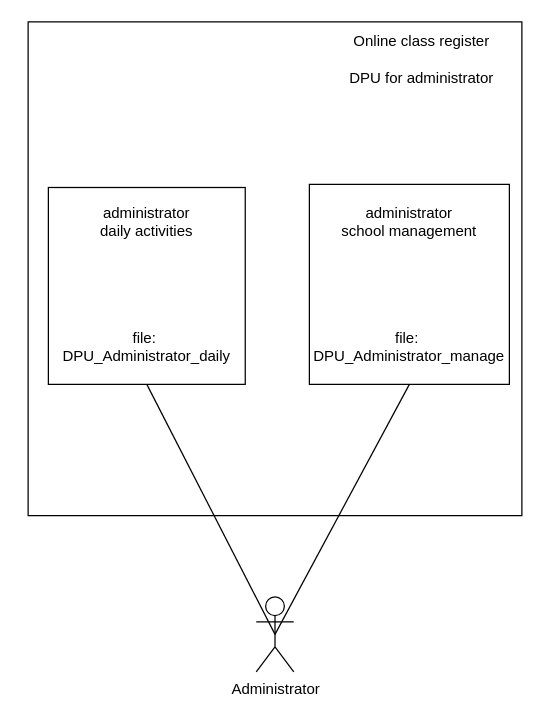
This is Documentation/diagrams/drawio_executable/DPI_Administrator_general.drawio from CezaryDobrenko/online-grade-book, a draw.io file, before an edit. Source tidied: cells renumbered, new cells numbered last; positions are measured from the earlier drawing's top-left corner, leaving out a move shared by most shapes. Both pictures are drawn from the tidied source at 125%, with x=0, y=0 at pixel (21, 21).
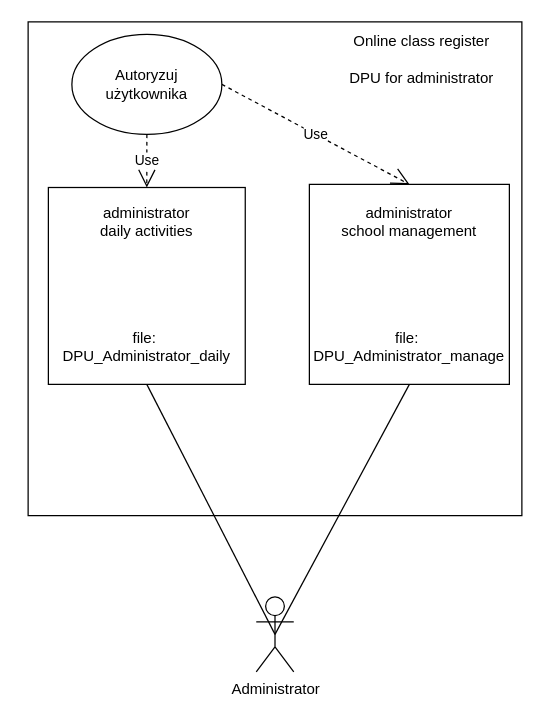
Above is the later version.

The edit, as a diff of the source:
```diff
@@
 <mxGraphModel>
   <root>
     <mxCell id="0" />
     <mxCell id="1" parent="0" />
     <mxCell id="2" style="whiteSpace=wrap;html=1;" parent="1" vertex="1">
       <mxGeometry x="5" width="395" height="395" as="geometry" />
     </mxCell>
     <mxCell id="3" value="Online class register&lt;br&gt;&lt;br&gt;DPU for administrator" style="text;html=1;strokeColor=none;fillColor=none;align=center;verticalAlign=middle;whiteSpace=wrap;rounded=0;" parent="1" vertex="1">
       <mxGeometry x="240" width="160" height="60" as="geometry" />
     </mxCell>
     <mxCell id="4" value="Administrator" style="shape=umlActor;verticalLabelPosition=bottom;verticalAlign=top;html=1;outlineConnect=0;" parent="1" vertex="1">
       <mxGeometry x="187.5" y="460" width="30" height="60" as="geometry" />
     </mxCell>
     <mxCell id="5" style="whiteSpace=wrap;html=1;" parent="1" vertex="1">
       <mxGeometry x="21.2" y="132.5" width="157.5" height="157.5" as="geometry" />
     </mxCell>
     <mxCell id="6" style="whiteSpace=wrap;html=1;" parent="1" vertex="1">
       <mxGeometry x="230" y="130" width="160" height="160" as="geometry" />
     </mxCell>
     <mxCell id="7" value="administrator&lt;br&gt;daily activities" style="text;html=1;strokeColor=none;fillColor=none;align=center;verticalAlign=middle;whiteSpace=wrap;rounded=0;" parent="1" vertex="1">
       <mxGeometry x="55" y="140" width="90" height="40" as="geometry" />
     </mxCell>
     <mxCell id="8" value="administrator&lt;br&gt;school management" style="text;html=1;strokeColor=none;fillColor=none;align=center;verticalAlign=middle;whiteSpace=wrap;rounded=0;" parent="1" vertex="1">
       <mxGeometry x="235" y="140" width="150" height="40" as="geometry" />
     </mxCell>
     <mxCell id="9" value="file:&amp;nbsp;&lt;br&gt;DPU_Administrator_daily" style="text;html=1;strokeColor=none;fillColor=none;align=center;verticalAlign=middle;whiteSpace=wrap;rounded=0;" parent="1" vertex="1">
       <mxGeometry y="250" width="200" height="20" as="geometry" />
     </mxCell>
     <mxCell id="10" value="file:&amp;nbsp;&lt;br&gt;DPU_Administrator_manage" style="text;html=1;strokeColor=none;fillColor=none;align=center;verticalAlign=middle;whiteSpace=wrap;rounded=0;" parent="1" vertex="1">
       <mxGeometry x="210" y="250" width="200" height="20" as="geometry" />
     </mxCell>
     <mxCell id="11" style="endArrow=none;html=1;entryX=0.5;entryY=1;entryDx=0;entryDy=0;exitX=0.5;exitY=0.5;exitDx=0;exitDy=0;exitPerimeter=0;" parent="1" edge="1" source="4" target="6">
       <mxGeometry relative="1" as="geometry" />
     </mxCell>
     <mxCell id="12" style="endArrow=none;html=1;exitX=0.5;exitY=1;exitDx=0;exitDy=0;entryX=0.5;entryY=0.5;entryDx=0;entryDy=0;entryPerimeter=0;" parent="1" edge="1" source="5" target="4">
       <mxGeometry relative="1" as="geometry" />
     </mxCell>
+    <mxCell id="13" value="Autoryzuj użytkownika" style="ellipse;whiteSpace=wrap;html=1;" parent="1" vertex="1">
+      <mxGeometry x="40" y="10" width="120" height="80" as="geometry" />
+    </mxCell>
+    <mxCell id="14" value="Use" style="endArrow=open;endSize=12;dashed=1;html=1;exitX=1;exitY=0.5;exitDx=0;exitDy=0;entryX=0.5;entryY=0;entryDx=0;entryDy=0;" parent="1" edge="1" source="13" target="6">
+      <mxGeometry relative="1" as="geometry" />
+    </mxCell>
+    <mxCell id="15" value="Use" style="endArrow=open;endSize=12;dashed=1;html=1;exitX=0.5;exitY=1;exitDx=0;exitDy=0;entryX=0.5;entryY=0;entryDx=0;entryDy=0;" parent="1" edge="1" source="13" target="5">
+      <mxGeometry relative="1" as="geometry" />
+    </mxCell>
   </root>
 </mxGraphModel>
```
